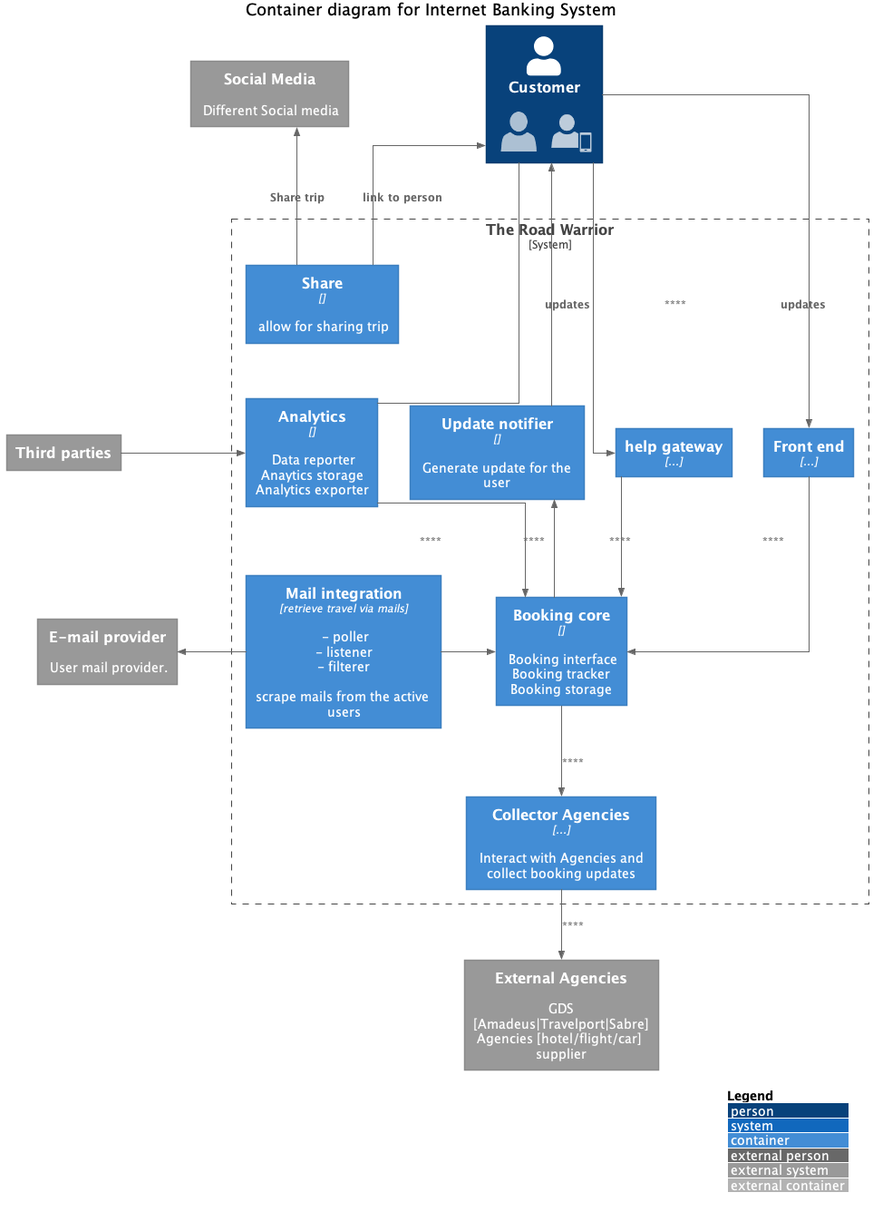
relic-da/ArchEnemies keeps this PlantUML diagram as doc/diagrams/c4-container.png. Above is the earlier version.
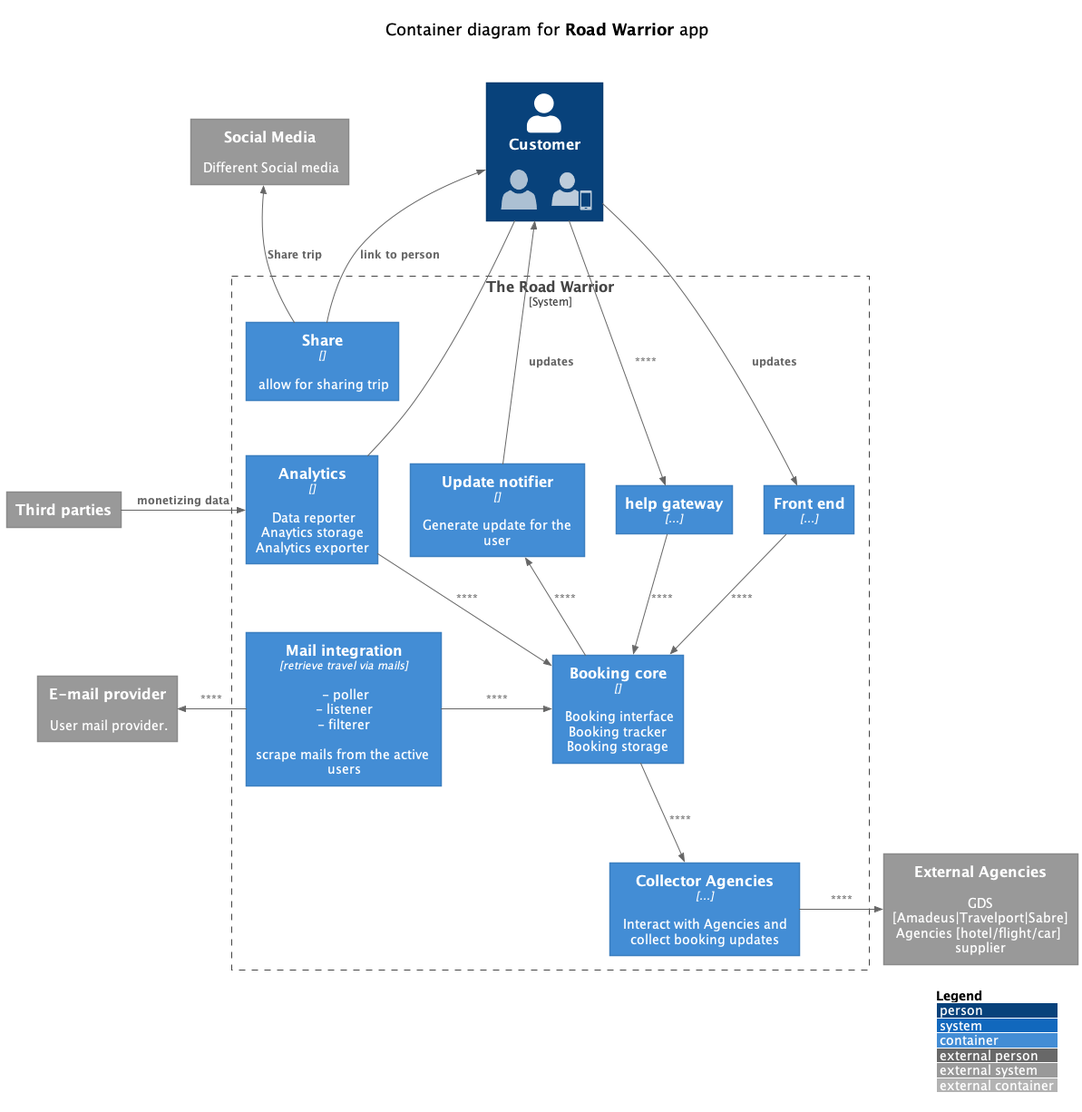
The same file after the commit.

Diff of the diagram source:
```diff
@@ -5,9 +5,8 @@
 
 LAYOUT_WITH_LEGEND()
 
-skinparam linetype ortho
 
-title Container diagram for Internet Banking System
+title \n    Container diagram for **Road Warrior** app\n\n
 
 Person(customer  , Customer , "<$user>   <$mobile_user>" )
 
@@ -44,7 +43,7 @@
 Rel_Back_Neighbor(email_provider, mail_poller, "")
 Rel_Neighbor(mail_poller, booking_core, "")
 
-Rel(collector_agencies, ext_agencies,  "")
+Rel_Neighbor(collector_agencies, ext_agencies,  "")
 Rel(booking_core, collector_agencies, "")
 
 
```
